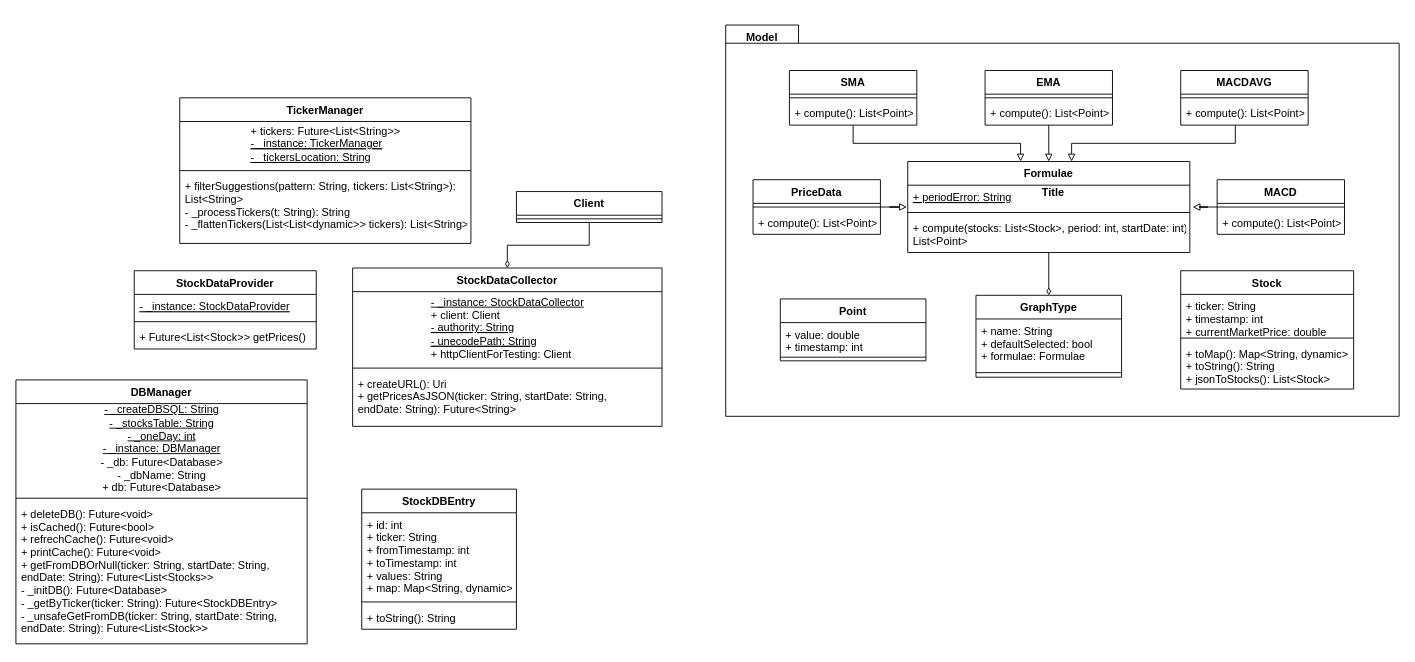
Earlier version of the draw.io diagram diagrams/ClassDiagram.drawio (TudorMaxim/FinancialSystemsCoursework). Source tidied: cells renumbered, new cells numbered last; positions are measured from the earlier drawing's top-left corner, leaving out a move shared by most shapes. Both pictures are drawn from the tidied source at 91%, with x=0, y=0 at pixel (15, 25).
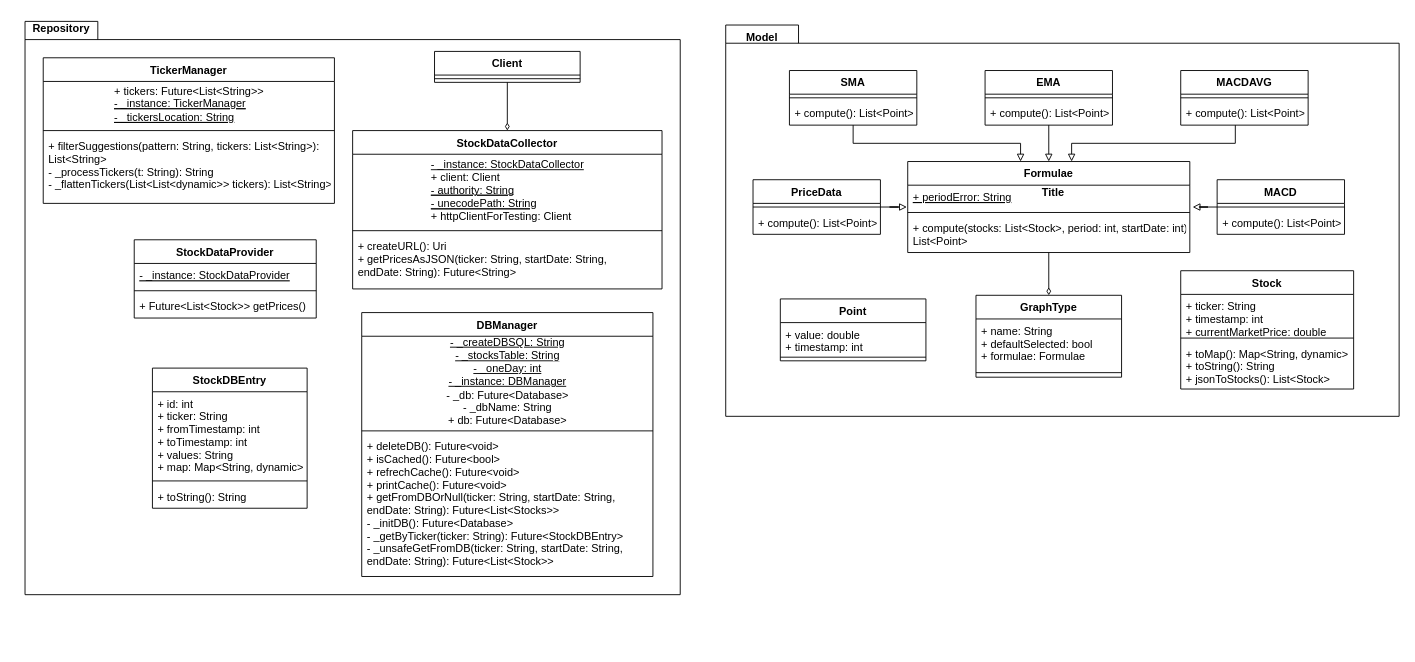
The same page after the edit.

Commit message:
Repository class diagram done

What changed in the source:
```diff
@@
+    <mxCell id="63" style="shape=folder;fontStyle=1;spacingTop=10;tabWidth=80;tabHeight=20;tabPosition=left;html=1;" parent="1" vertex="1">
+      <mxGeometry x="10" y="-4" width="720" height="630" as="geometry" />
+    </mxCell>
@@
     <mxCell id="40" value="TickerManager" style="swimlane;fontStyle=1;align=center;verticalAlign=top;horizontal=1;startSize=26;" parent="1" vertex="1">
-      <mxGeometry x="180" y="80" width="320" height="160" as="geometry" />
+      <mxGeometry x="30" y="36" width="320" height="160" as="geometry" />
     </mxCell>
@@
     <mxCell id="44" value="StockDataProvider" style="swimlane;fontStyle=1;align=center;verticalAlign=top;horizontal=1;startSize=26;" parent="1" vertex="1">
-      <mxGeometry x="130" y="270" width="200" height="86" as="geometry" />
+      <mxGeometry x="130" y="236" width="200" height="86" as="geometry" />
     </mxCell>
@@
     <mxCell id="48" value="StockDataCollector" style="swimlane;fontStyle=1;align=center;verticalAlign=top;horizontal=1;startSize=26;" parent="1" vertex="1">
-      <mxGeometry x="370" y="267" width="340" height="174" as="geometry" />
+      <mxGeometry x="370" y="116" width="340" height="174" as="geometry" />
     </mxCell>
@@
     <mxCell id="53" value="Client" style="swimlane;fontStyle=1;align=center;verticalAlign=top;horizontal=1;startSize=26;" parent="1" vertex="1">
-      <mxGeometry x="550" y="183" width="160" height="34" as="geometry" />
+      <mxGeometry x="460" y="29" width="160" height="34" as="geometry" />
     </mxCell>
@@
     <mxCell id="55" value="DBManager" style="swimlane;fontStyle=1;align=center;verticalAlign=top;horizontal=1;startSize=26;" parent="1" vertex="1">
-      <mxGeometry y="390" width="320" height="290" as="geometry" />
+      <mxGeometry x="380" y="316" width="320" height="290" as="geometry" />
     </mxCell>
@@
     <mxCell id="59" value="StockDBEntry" style="swimlane;fontStyle=1;align=center;verticalAlign=top;horizontal=1;startSize=26;" parent="1" vertex="1">
-      <mxGeometry x="380" y="510" width="170" height="154" as="geometry" />
+      <mxGeometry x="150" y="377" width="170" height="154" as="geometry" />
     </mxCell>
@@
+    <mxCell id="64" value="Repository" style="text;align=center;fontStyle=1;verticalAlign=middle;spacingLeft=3;spacingRight=3;strokeColor=none;" parent="1" vertex="1">
+      <mxGeometry x="10" y="-10" width="80" height="26" as="geometry" />
+    </mxCell>
```
